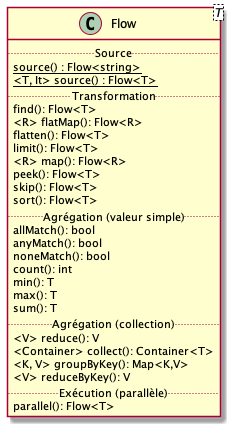
Before: MemoireRedaction/Figures/flow-details.png, a diagram exported from PlantUML (iulianc/PpFf).
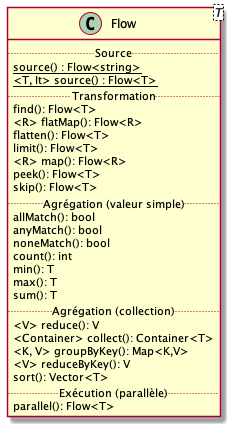
Above is the later version.

Commit message:
Met sort au bon endroit, dans agregation (collector)

Diff of the diagram source:
```diff
@@ -13,7 +13,6 @@
   <R> map(): Flow<R>
   peek(): Flow<T>
   skip(): Flow<T>
-  sort(): Flow<T>
   ..Agrégation (valeur simple)..
   allMatch(): bool
   anyMatch(): bool
@@ -27,6 +26,7 @@
   <Container> collect(): Container<T>
   <K, V> groupByKey(): Map<K,V>
   <V> reduceByKey(): V
+  sort(): Vector<T>
   ..Exécution (parallèle)..
   parallel(): Flow<T>
 }
```
